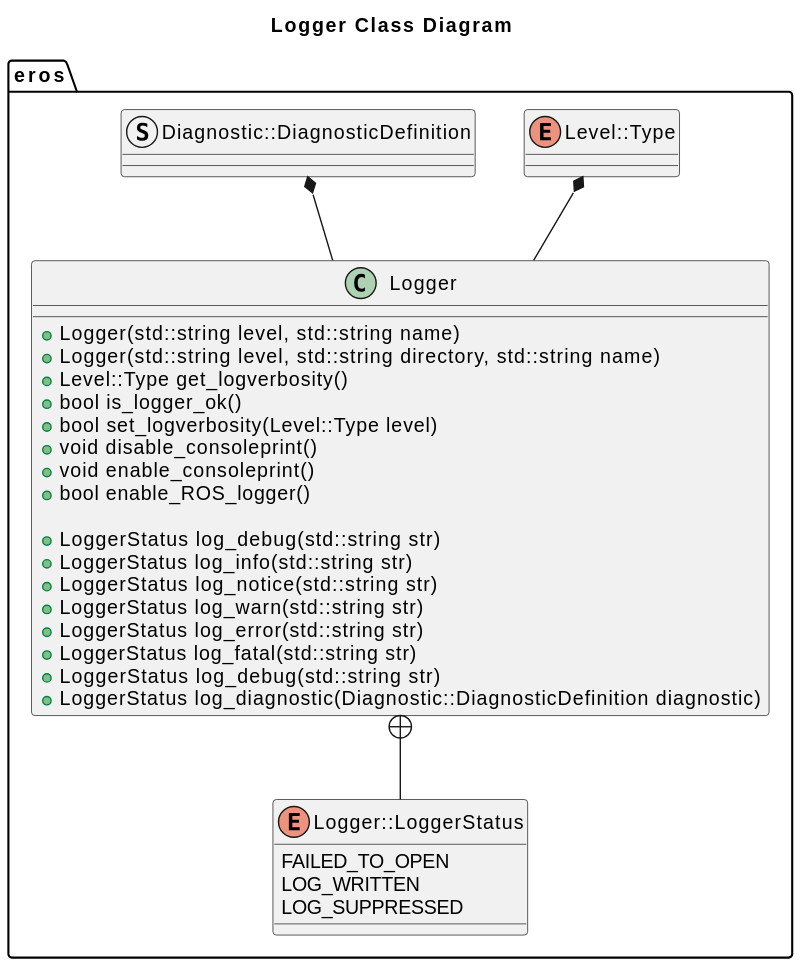
Earlier version of the PlantUML export doc/Logger/output/LoggerClassDiagram.svg (dgitz/eros). Source of this version:
```plantuml
@startuml
title Logger Class Diagram
package eros {
    class Logger
    enum Logger::LoggerStatus
    enum Level::Type
    struct Diagnostic::DiagnosticDefinition
}
class Logger {
    +Logger(std::string level, std::string name)
    +Logger(std::string level, std::string directory, std::string name)
    +Level::Type get_logverbosity()
    +bool is_logger_ok()
    +bool set_logverbosity(Level::Type level)
    +void disable_consoleprint()
    +void enable_consoleprint()
    +bool enable_ROS_logger()

    +LoggerStatus log_debug(std::string str)
    +LoggerStatus log_info(std::string str)
    +LoggerStatus log_notice(std::string str)
    +LoggerStatus log_warn(std::string str)
    +LoggerStatus log_error(std::string str)
    +LoggerStatus log_fatal(std::string str)
    +LoggerStatus log_debug(std::string str)
    +LoggerStatus log_diagnostic(Diagnostic::DiagnosticDefinition diagnostic)

}
enum Logger::LoggerStatus {
    FAILED_TO_OPEN
    LOG_WRITTEN
    LOG_SUPPRESSED
}
Logger +-- Logger::LoggerStatus
Level::Type *-- Logger
Diagnostic::DiagnosticDefinition *-- Logger
@enduml
```
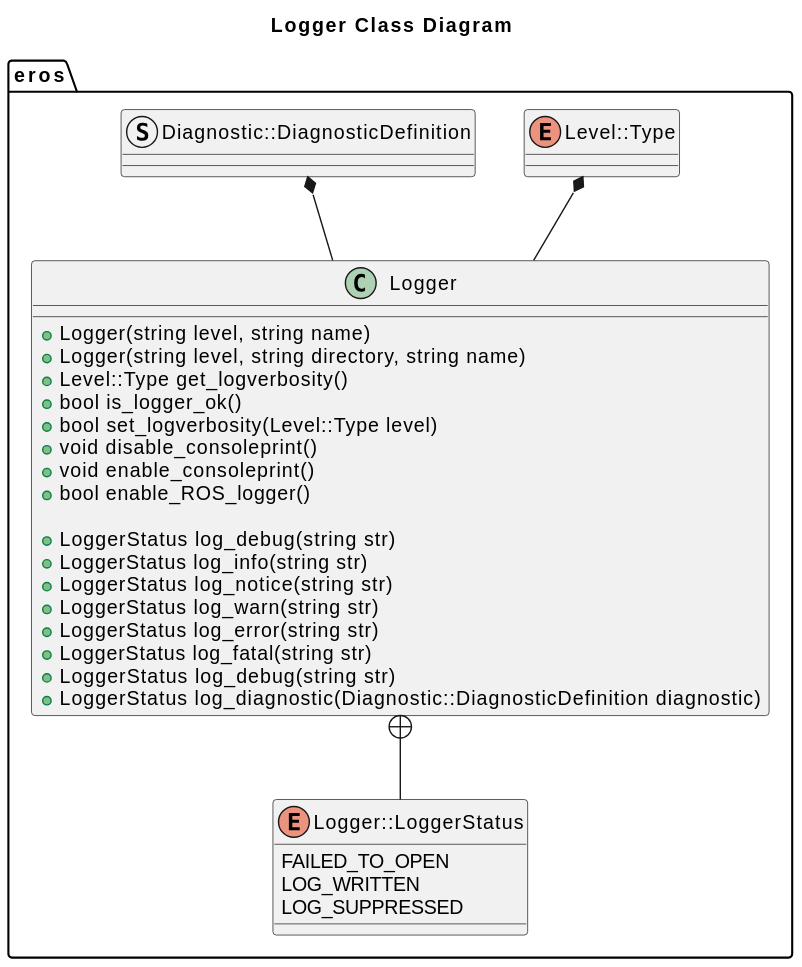
After the commit.

Diff of the diagram source:
```diff
@@ -7,8 +7,8 @@
     struct Diagnostic::DiagnosticDefinition
 }
 class Logger {
-    +Logger(std::string level, std::string name)
-    +Logger(std::string level, std::string directory, std::string name)
+    +Logger(string level, string name)
+    +Logger(string level, string directory, string name)
     +Level::Type get_logverbosity()
     +bool is_logger_ok()
     +bool set_logverbosity(Level::Type level)
@@ -16,13 +16,13 @@
     +void enable_consoleprint()
     +bool enable_ROS_logger()
 
-    +LoggerStatus log_debug(std::string str)
-    +LoggerStatus log_info(std::string str)
-    +LoggerStatus log_notice(std::string str)
-    +LoggerStatus log_warn(std::string str)
-    +LoggerStatus log_error(std::string str)
-    +LoggerStatus log_fatal(std::string str)
-    +LoggerStatus log_debug(std::string str)
+    +LoggerStatus log_debug(string str)
+    +LoggerStatus log_info(string str)
+    +LoggerStatus log_notice(string str)
+    +LoggerStatus log_warn(string str)
+    +LoggerStatus log_error(string str)
+    +LoggerStatus log_fatal(string str)
+    +LoggerStatus log_debug(string str)
     +LoggerStatus log_diagnostic(Diagnostic::DiagnosticDefinition diagnostic)
 
 }
```
